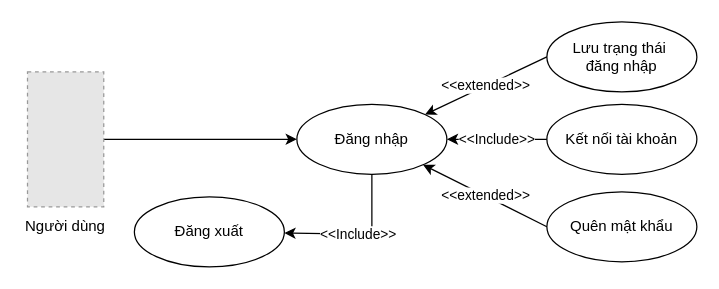
The draw.io diagram phac thao do an cuoi cung/use case dang nhap.drawio in frozenproof/dactaphanmem, before the edit. Source tidied: cells renumbered, new cells numbered last; positions are measured from the earlier drawing's top-left corner, leaving out a move shared by most shapes. Both pictures are drawn from the tidied source at 125%, with x=0, y=0 at pixel (21, 21). Pictures stored in the file or linked from it are replaced by grey dashed boxes.
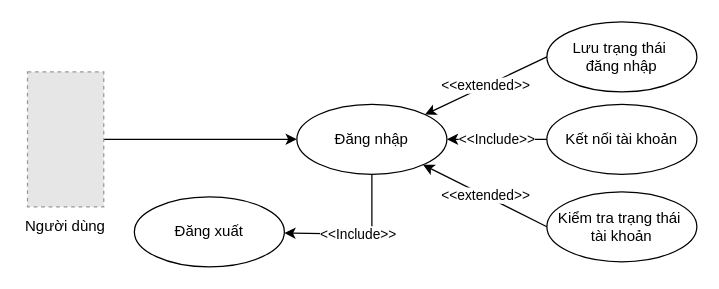
The same page after the edit.

The edit, as a diff of the source:
```diff
@@
 <mxGraphModel>
   <root>
     <mxCell id="0" />
     <mxCell id="1" parent="0" />
     <mxCell id="2" value="Người dùng" style="text;html=1;align=center;verticalAlign=middle;whiteSpace=wrap;rounded=0;" parent="1" vertex="1">
       <mxGeometry y="153.9" width="70" height="20" as="geometry" />
     </mxCell>
     <mxCell id="3" style="edgeStyle=orthogonalEdgeStyle;rounded=0;jettySize=auto;html=1;entryX=0;entryY=0.5;entryDx=0;entryDy=0;" parent="1" edge="1" source="4" target="5">
       <mxGeometry relative="1" as="geometry" />
     </mxCell>
     <mxCell id="4" style="fillColor=#E6E6E6;strokeColor=#999999;dashed=1;verticalLabelPosition=bottom;labelBackgroundColor=default;verticalAlign=top;" parent="1" vertex="1">
       <mxGeometry x="4.5" y="40" width="61" height="107.9" as="geometry" />
     </mxCell>
     <mxCell id="5" value="Đăng nhập" style="ellipse;whiteSpace=wrap;html=1;" parent="1" vertex="1">
       <mxGeometry x="220" y="65.9" width="120" height="56" as="geometry" />
     </mxCell>
     <mxCell id="6" value="Đăng xuất" style="ellipse;whiteSpace=wrap;html=1;" parent="1" vertex="1">
       <mxGeometry x="90" y="140" width="120" height="56" as="geometry" />
     </mxCell>
     <mxCell id="7" value="&amp;lt;&amp;lt;Include&amp;gt;&amp;gt;" style="endArrow=classic;html=1;rounded=0;exitX=0.5;exitY=1;exitDx=0;exitDy=0;" parent="1" edge="1" source="5" target="6">
       <mxGeometry relative="1" as="geometry">
         <Array as="points">
           <mxPoint x="280" y="170" />
         </Array>
       </mxGeometry>
     </mxCell>
     <mxCell id="8" value="Kết nối tài khoản" style="ellipse;whiteSpace=wrap;html=1;" parent="1" vertex="1">
       <mxGeometry x="420" y="65.9" width="120" height="56" as="geometry" />
     </mxCell>
-    <mxCell id="9" value="Quên mật khẩu" style="ellipse;whiteSpace=wrap;html=1;" parent="1" vertex="1">
+    <mxCell id="9" value="Kiểm tra trạng thái&amp;nbsp;&lt;div&gt;tài khoản&lt;/div&gt;" style="ellipse;whiteSpace=wrap;html=1;" parent="1" vertex="1">
       <mxGeometry x="420" y="135.9" width="120" height="56" as="geometry" />
     </mxCell>
     <mxCell id="10" value="&amp;lt;&amp;lt;Include&amp;gt;&amp;gt;" style="endArrow=classic;html=1;rounded=0;exitX=0;exitY=0.5;exitDx=0;exitDy=0;entryX=1;entryY=0.5;entryDx=0;entryDy=0;" parent="1" edge="1" source="8" target="5">
       <mxGeometry relative="1" as="geometry" />
     </mxCell>
     <mxCell id="11" value="&amp;lt;&amp;lt;extended&amp;gt;&amp;gt;" style="endArrow=classic;html=1;rounded=0;exitX=0;exitY=0.5;exitDx=0;exitDy=0;" parent="1" edge="1" source="9" target="5">
       <mxGeometry relative="1" as="geometry" />
     </mxCell>
     <mxCell id="12" value="Lưu trạng thái&amp;nbsp;&lt;div&gt;đăng nhập&lt;/div&gt;" style="ellipse;whiteSpace=wrap;html=1;" parent="1" vertex="1">
       <mxGeometry x="420" width="120" height="56" as="geometry" />
     </mxCell>
     <mxCell id="13" value="&amp;lt;&amp;lt;extended&amp;gt;&amp;gt;" style="endArrow=classic;html=1;rounded=0;exitX=0;exitY=0.5;exitDx=0;exitDy=0;" parent="1" edge="1" source="12" target="5">
       <mxGeometry relative="1" as="geometry" />
     </mxCell>
   </root>
 </mxGraphModel>
```
